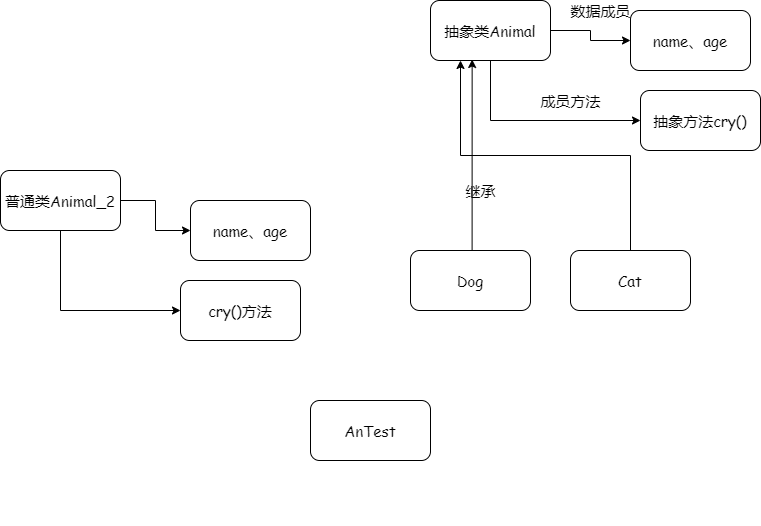
Earlier version of the draw.io export pictures/实验一03.png (gjwhhhh/Experiments-pictures-for-Java). Source tidied: cells renumbered, new cells last; positions are measured from the earlier drawing's top-left corner, leaving out a move shared by most shapes. Source of this version:
```xml
<mxGraphModel>
  <root>
    <mxCell id="0" />
    <mxCell id="1" parent="0" />
    <mxCell id="2" style="edgeStyle=orthogonalEdgeStyle;rounded=0;jettySize=auto;html=1;labelBackgroundColor=#FFB570;fontFamily=Comic Sans MS;fontSize=15;" parent="1" edge="1" source="4" target="5">
      <mxGeometry relative="1" as="geometry" />
    </mxCell>
    <mxCell id="3" style="edgeStyle=orthogonalEdgeStyle;rounded=0;jettySize=auto;html=1;entryX=0;entryY=0.5;entryDx=0;entryDy=0;labelBackgroundColor=#FFB570;fontFamily=Comic Sans MS;fontSize=15;" parent="1" edge="1" source="4" target="7">
      <mxGeometry relative="1" as="geometry">
        <Array as="points">
          <mxPoint x="490" y="120" />
        </Array>
      </mxGeometry>
    </mxCell>
    <mxCell id="4" value="抽象类Animal" style="rounded=1;whiteSpace=wrap;html=1;labelBackgroundColor=none;sketch=0;fontFamily=Comic Sans MS;fontSize=15;" parent="1" vertex="1">
      <mxGeometry x="430" width="120" height="60" as="geometry" />
    </mxCell>
    <mxCell id="5" value="name、age" style="whiteSpace=wrap;html=1;rounded=1;fontFamily=Comic Sans MS;fontSize=15;sketch=0;" parent="1" vertex="1">
      <mxGeometry x="630" y="10" width="120" height="60" as="geometry" />
    </mxCell>
    <mxCell id="6" value="数据成员" style="text;html=1;align=center;verticalAlign=middle;fontSize=15;fontFamily=Comic Sans MS;" parent="1" vertex="1">
      <mxGeometry x="560" width="80" height="20" as="geometry" />
    </mxCell>
    <mxCell id="7" value="抽象方法cry()" style="rounded=1;whiteSpace=wrap;html=1;labelBackgroundColor=none;sketch=0;fontFamily=Comic Sans MS;fontSize=15;" parent="1" vertex="1">
      <mxGeometry x="640" y="90" width="120" height="60" as="geometry" />
    </mxCell>
    <mxCell id="8" value="成员方法" style="text;html=1;align=center;verticalAlign=middle;fontSize=15;fontFamily=Comic Sans MS;" parent="1" vertex="1">
      <mxGeometry x="530" y="90" width="80" height="20" as="geometry" />
    </mxCell>
    <mxCell id="9" value="AnTest" style="rounded=1;whiteSpace=wrap;html=1;labelBackgroundColor=none;sketch=0;fontFamily=Comic Sans MS;fontSize=15;" parent="1" vertex="1">
      <mxGeometry x="310" y="400" width="120" height="60" as="geometry" />
    </mxCell>
    <mxCell id="10" style="edgeStyle=orthogonalEdgeStyle;rounded=0;jettySize=auto;html=1;exitX=0.5;exitY=0;exitDx=0;exitDy=0;labelBackgroundColor=#FFB570;fontFamily=Comic Sans MS;fontSize=15;entryX=0.347;entryY=0.983;entryDx=0;entryDy=0;entryPerimeter=0;" parent="1" edge="1" source="11" target="4">
      <mxGeometry relative="1" as="geometry">
        <Array as="points">
          <mxPoint x="472" y="250" />
        </Array>
      </mxGeometry>
    </mxCell>
    <mxCell id="11" value="Dog" style="rounded=1;whiteSpace=wrap;html=1;labelBackgroundColor=none;sketch=0;fontFamily=Comic Sans MS;fontSize=15;" parent="1" vertex="1">
      <mxGeometry x="410" y="250" width="120" height="60" as="geometry" />
    </mxCell>
    <mxCell id="12" style="edgeStyle=orthogonalEdgeStyle;rounded=0;jettySize=auto;html=1;exitX=0.5;exitY=0;exitDx=0;exitDy=0;entryX=0.25;entryY=1;entryDx=0;entryDy=0;labelBackgroundColor=#FFB570;fontFamily=Comic Sans MS;fontSize=15;" parent="1" edge="1" source="13" target="4">
      <mxGeometry relative="1" as="geometry" />
    </mxCell>
    <mxCell id="13" value="Cat" style="rounded=1;whiteSpace=wrap;html=1;labelBackgroundColor=none;sketch=0;fontFamily=Comic Sans MS;fontSize=15;" parent="1" vertex="1">
      <mxGeometry x="570" y="250" width="120" height="60" as="geometry" />
    </mxCell>
    <mxCell id="14" value="&lt;span style=&quot;color: rgba(0 , 0 , 0 , 0) ; font-family: monospace ; font-size: 0px&quot;&gt;%3CmxGraphModel%3E%3Croot%3E%3CmxCell%20id%3D%220%22%2F%3E%3CmxCell%20id%3D%221%22%20parent%3D%220%22%2F%3E%3CmxCell%20id%3D%222%22%20value%3D%22%22%20style%3D%22edgeStyle%3DorthogonalEdgeStyle%3Brounded%3D0%3BorthogonalLoop%3D1%3BjettySize%3Dauto%3Bhtml%3D1%3BlabelBackgroundColor%3D%23FFB570%3BfontFamily%3DComic%20Sans%20MS%3BfontSize%3D15%3B%22%20edge%3D%221%22%20source%3D%224%22%20target%3D%225%22%20parent%3D%221%22%3E%3CmxGeometry%20relative%3D%221%22%20as%3D%22geometry%22%2F%3E%3C%2FmxCell%3E%3CmxCell%20id%3D%223%22%20style%3D%22edgeStyle%3DorthogonalEdgeStyle%3Brounded%3D0%3BorthogonalLoop%3D1%3BjettySize%3Dauto%3Bhtml%3D1%3BentryX%3D0%3BentryY%3D0.5%3BentryDx%3D0%3BentryDy%3D0%3BlabelBackgroundColor%3D%23FFB570%3BfontFamily%3DComic%20Sans%20MS%3BfontSize%3D15%3B%22%20edge%3D%221%22%20source%3D%224%22%20target%3D%226%22%20parent%3D%221%22%3E%3CmxGeometry%20relative%3D%221%22%20as%3D%22geometry%22%3E%3CArray%20as%3D%22points%22%3E%3CmxPoint%20x%3D%22100%22%20y%3D%22340%22%2F%3E%3C%2FArray%3E%3C%2FmxGeometry%3E%3C%2FmxCell%3E%3CmxCell%20id%3D%224%22%20value%3D%22%E6%99%AE%E9%80%9A%E7%B1%BBAnimal_2%22%20style%3D%22rounded%3D1%3BwhiteSpace%3Dwrap%3Bhtml%3D1%3BlabelBackgroundColor%3Dnone%3Bsketch%3D0%3BfontFamily%3DComic%20Sans%20MS%3BfontSize%3D15%3B%22%20vertex%3D%221%22%20parent%3D%221%22%3E%3CmxGeometry%20x%3D%2240%22%20y%3D%22200%22%20width%3D%22120%22%20height%3D%2260%22%20as%3D%22geometry%22%2F%3E%3C%2FmxCell%3E%3CmxCell%20id%3D%225%22%20value%3D%22name%E3%80%81age%22%20style%3D%22whiteSpace%3Dwrap%3Bhtml%3D1%3Brounded%3D1%3BfontFamily%3DComic%20Sans%20MS%3BfontSize%3D15%3Bsketch%3D0%3B%22%20vertex%3D%221%22%20parent%3D%221%22%3E%3CmxGeometry%20x%3D%22230%22%20y%3D%22230%22%20width%3D%22120%22%20height%3D%2260%22%20as%3D%22geometry%22%2F%3E%3C%2FmxCell%3E%3CmxCell%20id%3D%226%22%20value%3D%22cry()%E6%96%B9%E6%B3%95%22%20style%3D%22whiteSpace%3Dwrap%3Bhtml%3D1%3Brounded%3D1%3BfontFamily%3DComic%20Sans%20MS%3BfontSize%3D15%3Bsketch%3D0%3B%22%20vertex%3D%221%22%20parent%3D%221%22%3E%3CmxGeometry%20x%3D%22220%22%20y%3D%22310%22%20width%3D%22120%22%20height%3D%2260%22%20as%3D%22geometry%22%2F%3E%3C%2FmxCell%3E%3C%2Froot%3E%3C%2FmxGraphModel%3E&lt;/span&gt;" style="text;html=1;align=center;verticalAlign=middle;fontSize=15;fontFamily=Comic Sans MS;" parent="1" vertex="1">
      <mxGeometry x="130" y="495" width="20" height="30" as="geometry" />
    </mxCell>
    <mxCell id="15" style="edgeStyle=orthogonalEdgeStyle;rounded=0;jettySize=auto;html=1;labelBackgroundColor=#FFB570;fontFamily=Comic Sans MS;fontSize=15;" parent="1" edge="1" source="17" target="18">
      <mxGeometry relative="1" as="geometry" />
    </mxCell>
    <mxCell id="16" style="edgeStyle=orthogonalEdgeStyle;rounded=0;jettySize=auto;html=1;entryX=0;entryY=0.5;entryDx=0;entryDy=0;labelBackgroundColor=#FFB570;fontFamily=Comic Sans MS;fontSize=15;" parent="1" edge="1" source="17" target="19">
      <mxGeometry relative="1" as="geometry">
        <Array as="points">
          <mxPoint x="60" y="310" />
        </Array>
      </mxGeometry>
    </mxCell>
    <mxCell id="17" value="普通类Animal_2" style="rounded=1;whiteSpace=wrap;html=1;labelBackgroundColor=none;sketch=0;fontFamily=Comic Sans MS;fontSize=15;" parent="1" vertex="1">
      <mxGeometry y="170" width="120" height="60" as="geometry" />
    </mxCell>
    <mxCell id="18" value="name、age" style="whiteSpace=wrap;html=1;rounded=1;fontFamily=Comic Sans MS;fontSize=15;sketch=0;" parent="1" vertex="1">
      <mxGeometry x="190" y="200" width="120" height="60" as="geometry" />
    </mxCell>
    <mxCell id="19" value="cry()方法" style="whiteSpace=wrap;html=1;rounded=1;fontFamily=Comic Sans MS;fontSize=15;sketch=0;" parent="1" vertex="1">
      <mxGeometry x="180" y="280" width="120" height="60" as="geometry" />
    </mxCell>
    <mxCell id="20" value="继承" style="text;html=1;align=center;verticalAlign=middle;fontSize=15;fontFamily=Comic Sans MS;" parent="1" vertex="1">
      <mxGeometry x="455" y="180" width="50" height="20" as="geometry" />
    </mxCell>
  </root>
</mxGraphModel>
```
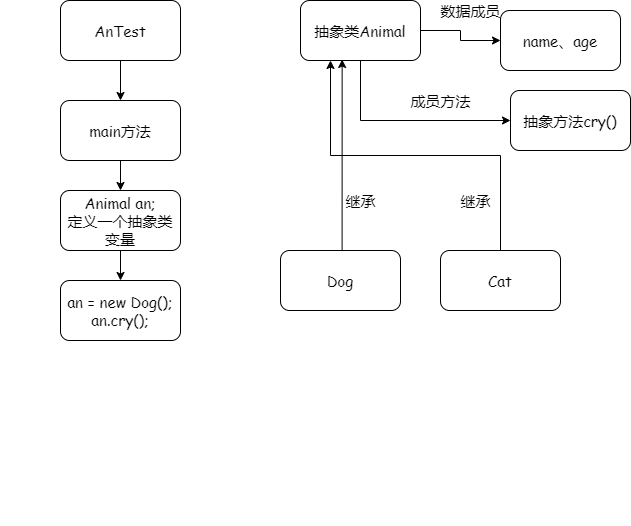
Later version of the same file.

Commit message:
更新实验一03.png

Change to the diagram source:
```diff
@@ -27,9 +27,6 @@
     <mxCell id="8" value="成员方法" style="text;html=1;align=center;verticalAlign=middle;fontSize=15;fontFamily=Comic Sans MS;" parent="1" vertex="1">
       <mxGeometry x="530" y="90" width="80" height="20" as="geometry" />
     </mxCell>
-    <mxCell id="9" value="AnTest" style="rounded=1;whiteSpace=wrap;html=1;labelBackgroundColor=none;sketch=0;fontFamily=Comic Sans MS;fontSize=15;" parent="1" vertex="1">
-      <mxGeometry x="310" y="400" width="120" height="60" as="geometry" />
-    </mxCell>
     <mxCell id="10" style="edgeStyle=orthogonalEdgeStyle;rounded=0;jettySize=auto;html=1;exitX=0.5;exitY=0;exitDx=0;exitDy=0;labelBackgroundColor=#FFB570;fontFamily=Comic Sans MS;fontSize=15;entryX=0.347;entryY=0.983;entryDx=0;entryDy=0;entryPerimeter=0;" parent="1" edge="1" source="11" target="4">
       <mxGeometry relative="1" as="geometry">
         <Array as="points">
@@ -49,27 +46,32 @@
     <mxCell id="14" value="&lt;span style=&quot;color: rgba(0 , 0 , 0 , 0) ; font-family: monospace ; font-size: 0px&quot;&gt;%3CmxGraphModel%3E%3Croot%3E%3CmxCell%20id%3D%220%22%2F%3E%3CmxCell%20id%3D%221%22%20parent%3D%220%22%2F%3E%3CmxCell%20id%3D%222%22%20value%3D%22%22%20style%3D%22edgeStyle%3DorthogonalEdgeStyle%3Brounded%3D0%3BorthogonalLoop%3D1%3BjettySize%3Dauto%3Bhtml%3D1%3BlabelBackgroundColor%3D%23FFB570%3BfontFamily%3DComic%20Sans%20MS%3BfontSize%3D15%3B%22%20edge%3D%221%22%20source%3D%224%22%20target%3D%225%22%20parent%3D%221%22%3E%3CmxGeometry%20relative%3D%221%22%20as%3D%22geometry%22%2F%3E%3C%2FmxCell%3E%3CmxCell%20id%3D%223%22%20style%3D%22edgeStyle%3DorthogonalEdgeStyle%3Brounded%3D0%3BorthogonalLoop%3D1%3BjettySize%3Dauto%3Bhtml%3D1%3BentryX%3D0%3BentryY%3D0.5%3BentryDx%3D0%3BentryDy%3D0%3BlabelBackgroundColor%3D%23FFB570%3BfontFamily%3DComic%20Sans%20MS%3BfontSize%3D15%3B%22%20edge%3D%221%22%20source%3D%224%22%20target%3D%226%22%20parent%3D%221%22%3E%3CmxGeometry%20relative%3D%221%22%20as%3D%22geometry%22%3E%3CArray%20as%3D%22points%22%3E%3CmxPoint%20x%3D%22100%22%20y%3D%22340%22%2F%3E%3C%2FArray%3E%3C%2FmxGeometry%3E%3C%2FmxCell%3E%3CmxCell%20id%3D%224%22%20value%3D%22%E6%99%AE%E9%80%9A%E7%B1%BBAnimal_2%22%20style%3D%22rounded%3D1%3BwhiteSpace%3Dwrap%3Bhtml%3D1%3BlabelBackgroundColor%3Dnone%3Bsketch%3D0%3BfontFamily%3DComic%20Sans%20MS%3BfontSize%3D15%3B%22%20vertex%3D%221%22%20parent%3D%221%22%3E%3CmxGeometry%20x%3D%2240%22%20y%3D%22200%22%20width%3D%22120%22%20height%3D%2260%22%20as%3D%22geometry%22%2F%3E%3C%2FmxCell%3E%3CmxCell%20id%3D%225%22%20value%3D%22name%E3%80%81age%22%20style%3D%22whiteSpace%3Dwrap%3Bhtml%3D1%3Brounded%3D1%3BfontFamily%3DComic%20Sans%20MS%3BfontSize%3D15%3Bsketch%3D0%3B%22%20vertex%3D%221%22%20parent%3D%221%22%3E%3CmxGeometry%20x%3D%22230%22%20y%3D%22230%22%20width%3D%22120%22%20height%3D%2260%22%20as%3D%22geometry%22%2F%3E%3C%2FmxCell%3E%3CmxCell%20id%3D%226%22%20value%3D%22cry()%E6%96%B9%E6%B3%95%22%20style%3D%22whiteSpace%3Dwrap%3Bhtml%3D1%3Brounded%3D1%3BfontFamily%3DComic%20Sans%20MS%3BfontSize%3D15%3Bsketch%3D0%3B%22%20vertex%3D%221%22%20parent%3D%221%22%3E%3CmxGeometry%20x%3D%22220%22%20y%3D%22310%22%20width%3D%22120%22%20height%3D%2260%22%20as%3D%22geometry%22%2F%3E%3C%2FmxCell%3E%3C%2Froot%3E%3C%2FmxGraphModel%3E&lt;/span&gt;" style="text;html=1;align=center;verticalAlign=middle;fontSize=15;fontFamily=Comic Sans MS;" parent="1" vertex="1">
       <mxGeometry x="130" y="495" width="20" height="30" as="geometry" />
     </mxCell>
-    <mxCell id="15" style="edgeStyle=orthogonalEdgeStyle;rounded=0;jettySize=auto;html=1;labelBackgroundColor=#FFB570;fontFamily=Comic Sans MS;fontSize=15;" parent="1" edge="1" source="17" target="18">
-      <mxGeometry relative="1" as="geometry" />
-    </mxCell>
-    <mxCell id="16" style="edgeStyle=orthogonalEdgeStyle;rounded=0;jettySize=auto;html=1;entryX=0;entryY=0.5;entryDx=0;entryDy=0;labelBackgroundColor=#FFB570;fontFamily=Comic Sans MS;fontSize=15;" parent="1" edge="1" source="17" target="19">
-      <mxGeometry relative="1" as="geometry">
-        <Array as="points">
-          <mxPoint x="60" y="310" />
-        </Array>
-      </mxGeometry>
-    </mxCell>
-    <mxCell id="17" value="普通类Animal_2" style="rounded=1;whiteSpace=wrap;html=1;labelBackgroundColor=none;sketch=0;fontFamily=Comic Sans MS;fontSize=15;" parent="1" vertex="1">
-      <mxGeometry y="170" width="120" height="60" as="geometry" />
-    </mxCell>
-    <mxCell id="18" value="name、age" style="whiteSpace=wrap;html=1;rounded=1;fontFamily=Comic Sans MS;fontSize=15;sketch=0;" parent="1" vertex="1">
-      <mxGeometry x="190" y="200" width="120" height="60" as="geometry" />
-    </mxCell>
-    <mxCell id="19" value="cry()方法" style="whiteSpace=wrap;html=1;rounded=1;fontFamily=Comic Sans MS;fontSize=15;sketch=0;" parent="1" vertex="1">
-      <mxGeometry x="180" y="280" width="120" height="60" as="geometry" />
-    </mxCell>
     <mxCell id="20" value="继承" style="text;html=1;align=center;verticalAlign=middle;fontSize=15;fontFamily=Comic Sans MS;" parent="1" vertex="1">
-      <mxGeometry x="455" y="180" width="50" height="20" as="geometry" />
+      <mxGeometry x="465" y="190" width="50" height="20" as="geometry" />
     </mxCell>
+    <mxCell id="21" value="继承" style="text;html=1;align=center;verticalAlign=middle;fontSize=15;fontFamily=Comic Sans MS;" parent="1" vertex="1">
+      <mxGeometry x="580" y="190" width="50" height="20" as="geometry" />
+    </mxCell>
+    <mxCell id="22" style="edgeStyle=orthogonalEdgeStyle;rounded=0;jettySize=auto;html=1;" parent="1" edge="1" source="9" target="24">
+      <mxGeometry relative="1" as="geometry" />
+    </mxCell>
+    <mxCell id="9" value="AnTest" style="rounded=1;whiteSpace=wrap;html=1;labelBackgroundColor=none;sketch=0;fontFamily=Comic Sans MS;fontSize=15;" parent="1" vertex="1">
+      <mxGeometry x="190" width="120" height="60" as="geometry" />
+    </mxCell>
+    <mxCell id="23" style="edgeStyle=orthogonalEdgeStyle;rounded=0;jettySize=auto;html=1;" parent="1" edge="1" source="24" target="26">
+      <mxGeometry relative="1" as="geometry" />
+    </mxCell>
+    <mxCell id="24" value="main方法" style="whiteSpace=wrap;html=1;rounded=1;fontFamily=Comic Sans MS;fontSize=15;sketch=0;" parent="1" vertex="1">
+      <mxGeometry x="190" y="100" width="120" height="60" as="geometry" />
+    </mxCell>
+    <mxCell id="25" style="edgeStyle=orthogonalEdgeStyle;rounded=0;jettySize=auto;html=1;" parent="1" edge="1" source="26" target="27">
+      <mxGeometry relative="1" as="geometry" />
+    </mxCell>
+    <mxCell id="26" value="Animal an;&lt;br&gt;定义一个抽象类变量" style="whiteSpace=wrap;html=1;rounded=1;fontFamily=Comic Sans MS;fontSize=15;sketch=0;" parent="1" vertex="1">
+      <mxGeometry x="190" y="190" width="120" height="60" as="geometry" />
+    </mxCell>
+    <mxCell id="27" value="an = new Dog();&lt;br&gt;an.cry();" style="whiteSpace=wrap;html=1;rounded=1;fontFamily=Comic Sans MS;fontSize=15;sketch=0;" parent="1" vertex="1">
+      <mxGeometry x="190" y="280" width="120" height="60" as="geometry" />
+    </mxCell>
   </root>
 </mxGraphModel>
```
